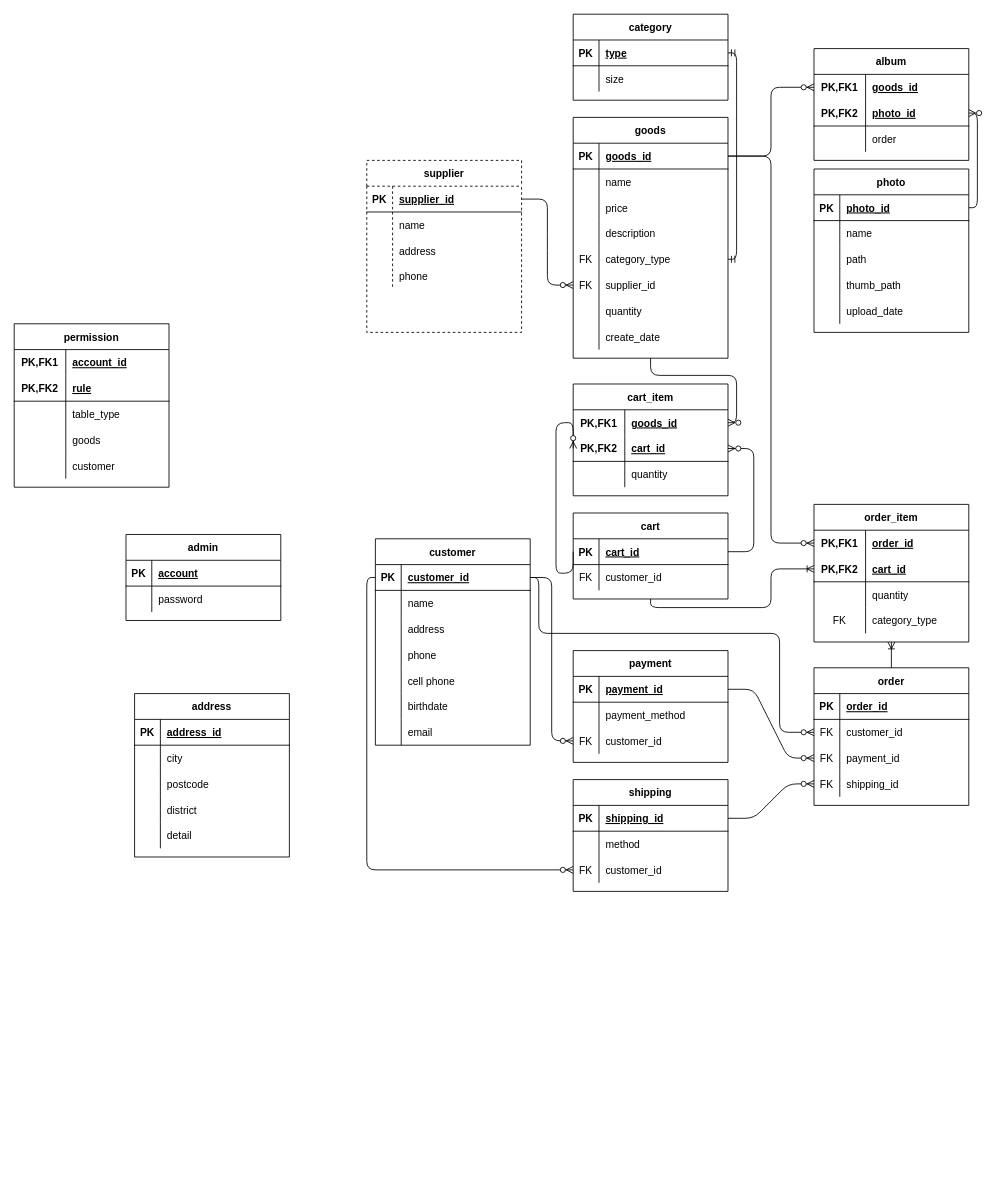
Before: ermodel.drawio in BoshiLee/ecommerce, a draw.io diagram. Source tidied: cells renumbered, new cells numbered last; positions are measured from the earlier drawing's top-left corner, leaving out a move shared by most shapes. Both pictures are drawn from the tidied source at 86%, with x=0, y=0 at pixel (14, 14).
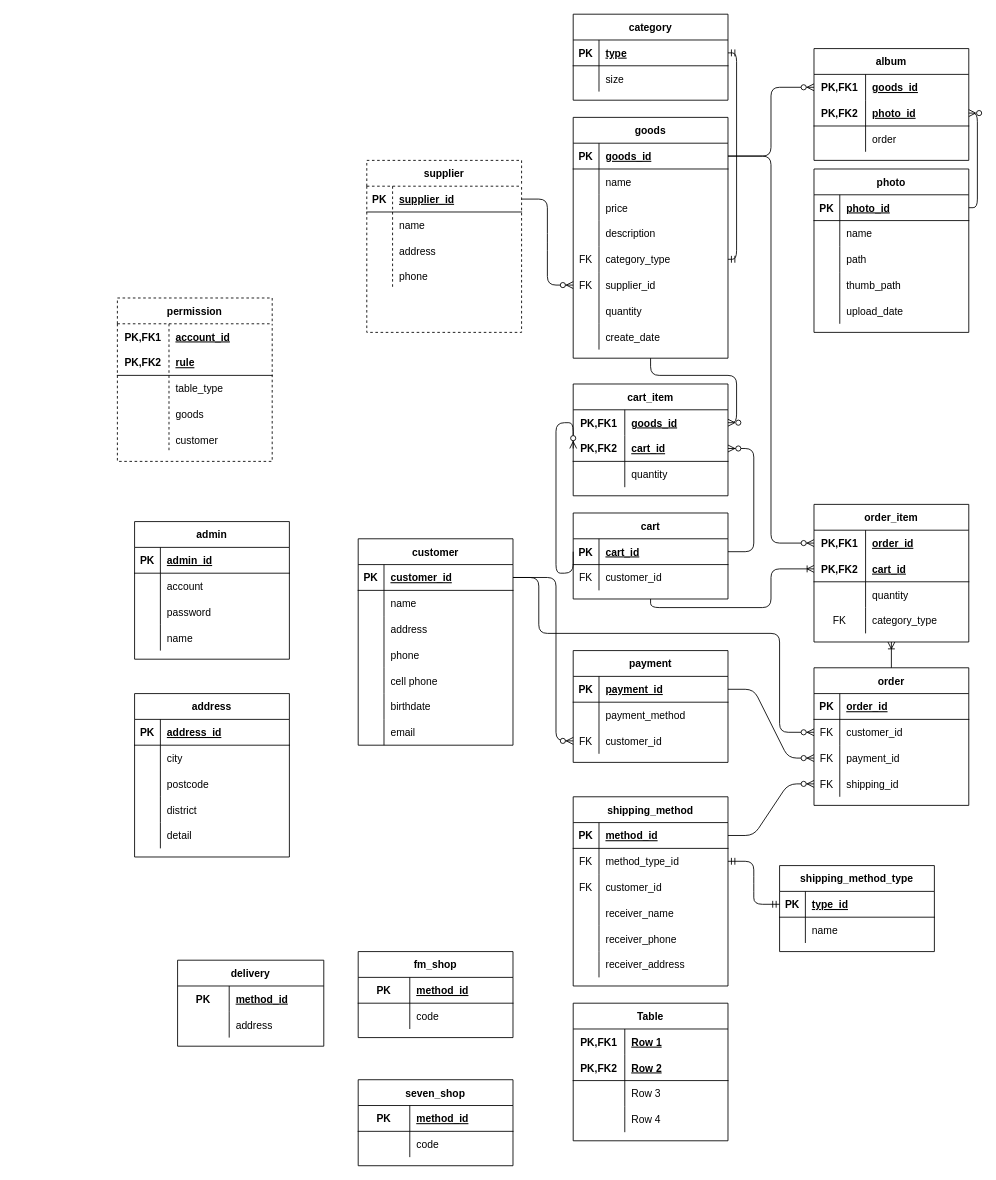
The same diagram, later.

The change refers to these unchanged cells:
```xml
<mxCell id="3" style="shape=partialRectangle;fillColor=none;top=0;left=0;bottom=1;right=0;points=[[0,0.5],[1,0.5]];portConstraint=eastwest;" parent="2" vertex="1">
  <mxGeometry y="30" width="180" height="30" as="geometry" />
</mxCell>
<mxCell id="31" style="shape=partialRectangle;fillColor=none;top=0;left=0;bottom=0;right=0;points=[[0,0.5],[1,0.5]];portConstraint=eastwest;" parent="24" vertex="1">
  <mxGeometry y="90" width="180" height="30" as="geometry" />
</mxCell>
<mxCell id="131" style="shape=partialRectangle;fillColor=none;top=0;left=0;bottom=1;right=0;points=[[0,0.5],[1,0.5]];portConstraint=eastwest;" parent="130" vertex="1">
  <mxGeometry y="30" width="180" height="30" as="geometry" />
</mxCell>
<mxCell id="206" style="shape=partialRectangle;fillColor=none;top=0;left=0;bottom=1;right=0;" parent="205" vertex="1">
  <mxGeometry y="30" width="180" height="30" as="geometry" />
</mxCell>
```

The edit, as a diff of the source:
```diff
@@
     <mxCell id="2" value="customer" style="shape=table;startSize=30;childLayout=tableLayout;rowLines=0;fontStyle=1;align=center;" parent="1" vertex="1">
-      <mxGeometry x="420" y="610" width="180" height="240" as="geometry" />
+      <mxGeometry x="400" y="610" width="180" height="240" as="geometry" />
     </mxCell>
@@
-    <mxCell id="130" value="shipping" style="shape=table;startSize=30;childLayout=tableLayout;rowLines=0;fontStyle=1;align=center;" parent="1" vertex="1">
-      <mxGeometry x="650" y="890" width="180" height="130" as="geometry" />
+    <mxCell id="130" value="shipping_method" style="shape=table;startSize=30;childLayout=tableLayout;rowLines=0;fontStyle=1;align=center;" parent="1" vertex="1">
+      <mxGeometry x="650" y="910" width="180" height="220" as="geometry" />
     </mxCell>
@@
-    <mxCell id="133" value="shipping_id" style="shape=partialRectangle;fillColor=none;top=0;left=0;bottom=0;right=0;align=left;spacingLeft=6;fontStyle=5;overflow=hidden;" parent="131" vertex="1">
+    <mxCell id="133" value="method_id" style="shape=partialRectangle;fillColor=none;top=0;left=0;bottom=0;right=0;align=left;spacingLeft=6;fontStyle=5;overflow=hidden;" parent="131" vertex="1">
       <mxGeometry x="30" width="150" height="30" as="geometry" />
     </mxCell>
-    <mxCell id="134" style="shape=partialRectangle;fillColor=none;top=0;left=0;bottom=0;right=0;" parent="130" vertex="1">
-      <mxGeometry y="60" width="180" height="30" as="geometry" />
-    </mxCell>
-    <mxCell id="135" style="shape=partialRectangle;fillColor=none;top=0;left=0;bottom=0;right=0;overflow=hidden;" parent="134" vertex="1">
-      <mxGeometry width="30" height="30" as="geometry" />
-    </mxCell>
-    <mxCell id="136" value="method" style="shape=partialRectangle;fillColor=none;top=0;left=0;bottom=0;right=0;align=left;spacingLeft=6;overflow=hidden;" parent="134" vertex="1">
-      <mxGeometry x="30" width="150" height="30" as="geometry" />
-    </mxCell>
-    <mxCell id="137" style="shape=partialRectangle;fillColor=none;top=0;left=0;bottom=0;right=0;points=[[0,0.5],[1,0.5]];portConstraint=eastwest;" parent="130" vertex="1">
-      <mxGeometry y="90" width="180" height="30" as="geometry" />
-    </mxCell>
+    <mxCell id="212" style="shape=partialRectangle;fillColor=none;top=0;left=0;bottom=0;right=0;points=[[0,0.5],[1,0.5]];portConstraint=eastwest;" parent="130" vertex="1">
+      <mxGeometry y="60" width="180" height="30" as="geometry" />
+    </mxCell>
-    <mxCell id="138" value="FK" style="shape=partialRectangle;fillColor=none;top=0;left=0;bottom=0;right=0;fontStyle=0;overflow=hidden;" parent="137" vertex="1">
+    <mxCell id="138" value="FK" style="shape=partialRectangle;fillColor=none;top=0;left=0;bottom=0;right=0;fontStyle=0;overflow=hidden;" parent="212" vertex="1">
       <mxGeometry width="30" height="30" as="geometry" />
     </mxCell>
+    <mxCell id="213" value="method_type_id" style="shape=partialRectangle;fillColor=none;top=0;left=0;bottom=0;right=0;align=left;spacingLeft=6;fontStyle=0;overflow=hidden;" parent="212" vertex="1">
+      <mxGeometry x="30" width="150" height="30" as="geometry" />
+    </mxCell>
+    <mxCell id="214" style="shape=partialRectangle;fillColor=none;top=0;left=0;bottom=0;right=0;" parent="130" vertex="1">
+      <mxGeometry y="90" width="180" height="30" as="geometry" />
+    </mxCell>
+    <mxCell id="215" value="FK" style="shape=partialRectangle;fillColor=none;top=0;left=0;bottom=0;right=0;overflow=hidden;" parent="214" vertex="1">
+      <mxGeometry width="30" height="30" as="geometry" />
+    </mxCell>
-    <mxCell id="139" value="customer_id" style="shape=partialRectangle;fillColor=none;top=0;left=0;bottom=0;right=0;align=left;spacingLeft=6;fontStyle=0;overflow=hidden;" parent="137" vertex="1">
+    <mxCell id="139" value="customer_id" style="shape=partialRectangle;fillColor=none;top=0;left=0;bottom=0;right=0;align=left;spacingLeft=6;overflow=hidden;" parent="214" vertex="1">
       <mxGeometry x="30" width="150" height="30" as="geometry" />
     </mxCell>
-    <mxCell id="140" style="fontSize=12;html=1;endArrow=ERzeroToMany;endFill=1;entryX=0;entryY=0.5;entryDx=0;entryDy=0;exitX=0;exitY=0.5;exitDx=0;exitDy=0;edgeStyle=orthogonalEdgeStyle;" parent="1" edge="1" source="3" target="137">
-      <mxGeometry relative="1" as="geometry" />
-    </mxCell>
+    <mxCell id="216" style="shape=partialRectangle;fillColor=none;top=0;left=0;bottom=0;right=0;" parent="130" vertex="1">
+      <mxGeometry y="120" width="180" height="30" as="geometry" />
+    </mxCell>
+    <mxCell id="217" style="shape=partialRectangle;fillColor=none;top=0;left=0;bottom=0;right=0;overflow=hidden;" parent="216" vertex="1">
+      <mxGeometry width="30" height="30" as="geometry" />
+    </mxCell>
+    <mxCell id="218" value="receiver_name" style="shape=partialRectangle;fillColor=none;top=0;left=0;bottom=0;right=0;align=left;spacingLeft=6;overflow=hidden;" parent="216" vertex="1">
+      <mxGeometry x="30" width="150" height="30" as="geometry" />
+    </mxCell>
+    <mxCell id="219" style="shape=partialRectangle;fillColor=none;top=0;left=0;bottom=0;right=0;" parent="130" vertex="1">
+      <mxGeometry y="150" width="180" height="30" as="geometry" />
+    </mxCell>
+    <mxCell id="220" style="shape=partialRectangle;fillColor=none;top=0;left=0;bottom=0;right=0;overflow=hidden;" parent="219" vertex="1">
+      <mxGeometry width="30" height="30" as="geometry" />
+    </mxCell>
+    <mxCell id="221" value="receiver_phone" style="shape=partialRectangle;fillColor=none;top=0;left=0;bottom=0;right=0;align=left;spacingLeft=6;overflow=hidden;" parent="219" vertex="1">
+      <mxGeometry x="30" width="150" height="30" as="geometry" />
+    </mxCell>
+    <mxCell id="222" style="shape=partialRectangle;fillColor=none;top=0;left=0;bottom=0;right=0;" parent="130" vertex="1">
+      <mxGeometry y="180" width="180" height="30" as="geometry" />
+    </mxCell>
+    <mxCell id="223" style="shape=partialRectangle;fillColor=none;top=0;left=0;bottom=0;right=0;overflow=hidden;" parent="222" vertex="1">
+      <mxGeometry width="30" height="30" as="geometry" />
+    </mxCell>
+    <mxCell id="224" value="receiver_address" style="shape=partialRectangle;fillColor=none;top=0;left=0;bottom=0;right=0;align=left;spacingLeft=6;overflow=hidden;" parent="222" vertex="1">
+      <mxGeometry x="30" width="150" height="30" as="geometry" />
+    </mxCell>
     <mxCell id="141" style="edgeStyle=orthogonalEdgeStyle;fontSize=12;html=1;endArrow=ERzeroToMany;endFill=1;exitX=1;exitY=0.5;exitDx=0;exitDy=0;entryX=0;entryY=0.5;entryDx=0;entryDy=0;" parent="1" edge="1" source="3" target="31">
-      <mxGeometry relative="1" as="geometry" />
+      <mxGeometry relative="1" as="geometry">
+        <Array as="points">
+          <mxPoint x="630" y="655" />
+          <mxPoint x="630" y="845" />
+        </Array>
+      </mxGeometry>
     </mxCell>
@@
-    <mxCell id="189" value="permission" style="shape=table;startSize=30;childLayout=tableLayout;rowLines=0;fontStyle=1;align=center;" parent="1" vertex="1">
-      <mxGeometry y="360" width="180" height="190" as="geometry" />
+    <mxCell id="189" value="permission" style="shape=table;startSize=30;childLayout=tableLayout;rowLines=0;fontStyle=1;align=center;dashed=1;" parent="1" vertex="1">
+      <mxGeometry x="120" y="330" width="180" height="190" as="geometry" />
     </mxCell>
@@
     <mxCell id="205" value="admin" style="shape=table;startSize=30;childLayout=tableLayout;rowLines=0;fontStyle=1;align=center;" parent="1" vertex="1">
-      <mxGeometry x="130" y="605" width="180" height="100" as="geometry" />
+      <mxGeometry x="140" y="590" width="180" height="160" as="geometry" />
     </mxCell>
@@
-    <mxCell id="208" value="account" style="shape=partialRectangle;fillColor=none;top=0;left=0;bottom=0;right=0;align=left;spacingLeft=6;fontStyle=5;overflow=hidden;" parent="206" vertex="1">
+    <mxCell id="208" value="admin_id" style="shape=partialRectangle;fillColor=none;top=0;left=0;bottom=0;right=0;align=left;spacingLeft=6;fontStyle=5;overflow=hidden;" parent="206" vertex="1">
       <mxGeometry x="30" width="150" height="30" as="geometry" />
     </mxCell>
+    <mxCell id="225" style="shape=partialRectangle;fillColor=none;top=0;left=0;bottom=0;right=0;" parent="205" vertex="1">
+      <mxGeometry y="60" width="180" height="30" as="geometry" />
+    </mxCell>
+    <mxCell id="226" style="shape=partialRectangle;fillColor=none;top=0;left=0;bottom=0;right=0;overflow=hidden;" parent="225" vertex="1">
+      <mxGeometry width="30" height="30" as="geometry" />
+    </mxCell>
+    <mxCell id="227" value="account" style="shape=partialRectangle;fillColor=none;top=0;left=0;bottom=0;right=0;align=left;spacingLeft=6;overflow=hidden;" parent="225" vertex="1">
+      <mxGeometry x="30" width="150" height="30" as="geometry" />
+    </mxCell>
     <mxCell id="209" style="shape=partialRectangle;fillColor=none;top=0;left=0;bottom=0;right=0;" parent="205" vertex="1">
-      <mxGeometry y="60" width="180" height="30" as="geometry" />
+      <mxGeometry y="90" width="180" height="30" as="geometry" />
     </mxCell>
@@
+    <mxCell id="228" style="shape=partialRectangle;fillColor=none;top=0;left=0;bottom=0;right=0;" parent="205" vertex="1">
+      <mxGeometry y="120" width="180" height="30" as="geometry" />
+    </mxCell>
+    <mxCell id="229" style="shape=partialRectangle;fillColor=none;top=0;left=0;bottom=0;right=0;overflow=hidden;" parent="228" vertex="1">
+      <mxGeometry width="30" height="30" as="geometry" />
+    </mxCell>
+    <mxCell id="230" value="name" style="shape=partialRectangle;fillColor=none;top=0;left=0;bottom=0;right=0;align=left;spacingLeft=6;overflow=hidden;" parent="228" vertex="1">
+      <mxGeometry x="30" width="150" height="30" as="geometry" />
+    </mxCell>
+    <mxCell id="231" value="delivery" style="shape=table;startSize=30;childLayout=tableLayout;rowLines=0;fontStyle=1;align=center;" parent="1" vertex="1">
+      <mxGeometry x="190" y="1100" width="170" height="100" as="geometry" />
+    </mxCell>
+    <mxCell id="232" style="shape=partialRectangle;fillColor=none;top=0;left=0;bottom=0;right=0;" parent="231" vertex="1">
+      <mxGeometry y="30" width="170" height="30" as="geometry" />
+    </mxCell>
+    <mxCell id="233" value="PK" style="shape=partialRectangle;fillColor=none;top=0;left=0;bottom=0;right=0;fontStyle=1;overflow=hidden;" parent="232" vertex="1">
+      <mxGeometry width="60" height="30" as="geometry" />
+    </mxCell>
+    <mxCell id="234" value="method_id" style="shape=partialRectangle;fillColor=none;top=0;left=0;bottom=0;right=0;align=left;spacingLeft=6;fontStyle=5;overflow=hidden;" parent="232" vertex="1">
+      <mxGeometry x="60" width="110" height="30" as="geometry" />
+    </mxCell>
+    <mxCell id="235" style="shape=partialRectangle;fillColor=none;top=0;left=0;bottom=0;right=0;" parent="231" vertex="1">
+      <mxGeometry y="60" width="170" height="30" as="geometry" />
+    </mxCell>
+    <mxCell id="236" style="shape=partialRectangle;fillColor=none;top=0;left=0;bottom=0;right=0;overflow=hidden;" parent="235" vertex="1">
+      <mxGeometry width="60" height="30" as="geometry" />
+    </mxCell>
+    <mxCell id="237" value="address" style="shape=partialRectangle;fillColor=none;top=0;left=0;bottom=0;right=0;align=left;spacingLeft=6;overflow=hidden;" parent="235" vertex="1">
+      <mxGeometry x="60" width="110" height="30" as="geometry" />
+    </mxCell>
+    <mxCell id="238" value="shipping_method_type" style="shape=table;startSize=30;childLayout=tableLayout;rowLines=0;fontStyle=1;align=center;" parent="1" vertex="1">
+      <mxGeometry x="890" y="990" width="180" height="100" as="geometry" />
+    </mxCell>
+    <mxCell id="239" style="shape=partialRectangle;fillColor=none;top=0;left=0;bottom=1;right=0;points=[[0,0.5],[1,0.5]];portConstraint=eastwest;" parent="238" vertex="1">
+      <mxGeometry y="30" width="180" height="30" as="geometry" />
+    </mxCell>
+    <mxCell id="240" value="PK" style="shape=partialRectangle;fillColor=none;top=0;left=0;bottom=0;right=0;fontStyle=1;overflow=hidden;" parent="239" vertex="1">
+      <mxGeometry width="30" height="30" as="geometry" />
+    </mxCell>
+    <mxCell id="241" value="type_id" style="shape=partialRectangle;fillColor=none;top=0;left=0;bottom=0;right=0;align=left;spacingLeft=6;fontStyle=5;overflow=hidden;" parent="239" vertex="1">
+      <mxGeometry x="30" width="150" height="30" as="geometry" />
+    </mxCell>
+    <mxCell id="242" style="shape=partialRectangle;fillColor=none;top=0;left=0;bottom=0;right=0;" parent="238" vertex="1">
+      <mxGeometry y="60" width="180" height="30" as="geometry" />
+    </mxCell>
+    <mxCell id="243" style="shape=partialRectangle;fillColor=none;top=0;left=0;bottom=0;right=0;overflow=hidden;" parent="242" vertex="1">
+      <mxGeometry width="30" height="30" as="geometry" />
+    </mxCell>
+    <mxCell id="244" value="name" style="shape=partialRectangle;fillColor=none;top=0;left=0;bottom=0;right=0;align=left;spacingLeft=6;overflow=hidden;" parent="242" vertex="1">
+      <mxGeometry x="30" width="150" height="30" as="geometry" />
+    </mxCell>
+    <mxCell id="245" style="edgeStyle=entityRelationEdgeStyle;fontSize=12;html=1;endArrow=ERmandOne;startArrow=ERmandOne;entryX=0;entryY=0.5;entryDx=0;entryDy=0;exitX=1;exitY=0.5;exitDx=0;exitDy=0;" parent="1" edge="1" source="212" target="239">
+      <mxGeometry relative="1" as="geometry" />
+    </mxCell>
+    <mxCell id="246" value="fm_shop" style="shape=table;startSize=30;childLayout=tableLayout;rowLines=0;fontStyle=1;align=center;" parent="1" vertex="1">
+      <mxGeometry x="400" y="1090" width="180" height="100" as="geometry" />
+    </mxCell>
+    <mxCell id="247" style="shape=partialRectangle;fillColor=none;top=0;left=0;bottom=1;right=0;" parent="246" vertex="1">
+      <mxGeometry y="30" width="180" height="30" as="geometry" />
+    </mxCell>
+    <mxCell id="248" value="PK" style="shape=partialRectangle;fillColor=none;top=0;left=0;bottom=0;right=0;fontStyle=1;overflow=hidden;" parent="247" vertex="1">
+      <mxGeometry width="60" height="30" as="geometry" />
+    </mxCell>
+    <mxCell id="249" value="method_id" style="shape=partialRectangle;fillColor=none;top=0;left=0;bottom=0;right=0;align=left;spacingLeft=6;fontStyle=5;overflow=hidden;" parent="247" vertex="1">
+      <mxGeometry x="60" width="120" height="30" as="geometry" />
+    </mxCell>
+    <mxCell id="250" style="shape=partialRectangle;fillColor=none;top=0;left=0;bottom=0;right=0;" parent="246" vertex="1">
+      <mxGeometry y="60" width="180" height="30" as="geometry" />
+    </mxCell>
+    <mxCell id="251" style="shape=partialRectangle;fillColor=none;top=0;left=0;bottom=0;right=0;overflow=hidden;" parent="250" vertex="1">
+      <mxGeometry width="60" height="30" as="geometry" />
+    </mxCell>
+    <mxCell id="252" value="code" style="shape=partialRectangle;fillColor=none;top=0;left=0;bottom=0;right=0;align=left;spacingLeft=6;overflow=hidden;" parent="250" vertex="1">
+      <mxGeometry x="60" width="120" height="30" as="geometry" />
+    </mxCell>
+    <mxCell id="253" value="Table" style="shape=table;startSize=30;childLayout=tableLayout;rowLines=0;fontStyle=1;align=center;" parent="1" vertex="1">
+      <mxGeometry x="650" y="1150" width="180" height="160" as="geometry" />
+    </mxCell>
+    <mxCell id="254" style="shape=partialRectangle;fillColor=none;top=0;left=0;bottom=0;right=0;" parent="253" vertex="1">
+      <mxGeometry y="30" width="180" height="30" as="geometry" />
+    </mxCell>
+    <mxCell id="255" value="PK,FK1" style="shape=partialRectangle;fillColor=none;top=0;left=0;bottom=0;right=0;fontStyle=1;overflow=hidden;" parent="254" vertex="1">
+      <mxGeometry width="60" height="30" as="geometry" />
+    </mxCell>
+    <mxCell id="256" value="Row 1" style="shape=partialRectangle;fillColor=none;top=0;left=0;bottom=0;right=0;align=left;spacingLeft=6;fontStyle=5;overflow=hidden;" parent="254" vertex="1">
+      <mxGeometry x="60" width="120" height="30" as="geometry" />
+    </mxCell>
+    <mxCell id="257" style="shape=partialRectangle;fillColor=none;top=0;left=0;bottom=1;right=0;" parent="253" vertex="1">
+      <mxGeometry y="60" width="180" height="30" as="geometry" />
+    </mxCell>
+    <mxCell id="258" value="PK,FK2" style="shape=partialRectangle;fillColor=none;top=0;left=0;bottom=0;right=0;fontStyle=1;overflow=hidden;" parent="257" vertex="1">
+      <mxGeometry width="60" height="30" as="geometry" />
+    </mxCell>
+    <mxCell id="259" value="Row 2" style="shape=partialRectangle;fillColor=none;top=0;left=0;bottom=0;right=0;align=left;spacingLeft=6;fontStyle=5;overflow=hidden;" parent="257" vertex="1">
+      <mxGeometry x="60" width="120" height="30" as="geometry" />
+    </mxCell>
+    <mxCell id="260" style="shape=partialRectangle;fillColor=none;top=0;left=0;bottom=0;right=0;" parent="253" vertex="1">
+      <mxGeometry y="90" width="180" height="30" as="geometry" />
+    </mxCell>
+    <mxCell id="261" style="shape=partialRectangle;fillColor=none;top=0;left=0;bottom=0;right=0;overflow=hidden;" parent="260" vertex="1">
+      <mxGeometry width="60" height="30" as="geometry" />
+    </mxCell>
+    <mxCell id="262" value="Row 3" style="shape=partialRectangle;fillColor=none;top=0;left=0;bottom=0;right=0;align=left;spacingLeft=6;overflow=hidden;" parent="260" vertex="1">
+      <mxGeometry x="60" width="120" height="30" as="geometry" />
+    </mxCell>
+    <mxCell id="263" style="shape=partialRectangle;fillColor=none;top=0;left=0;bottom=0;right=0;" parent="253" vertex="1">
+      <mxGeometry y="120" width="180" height="30" as="geometry" />
+    </mxCell>
+    <mxCell id="264" style="shape=partialRectangle;fillColor=none;top=0;left=0;bottom=0;right=0;overflow=hidden;" parent="263" vertex="1">
+      <mxGeometry width="60" height="30" as="geometry" />
+    </mxCell>
+    <mxCell id="265" value="Row 4" style="shape=partialRectangle;fillColor=none;top=0;left=0;bottom=0;right=0;align=left;spacingLeft=6;overflow=hidden;" parent="263" vertex="1">
+      <mxGeometry x="60" width="120" height="30" as="geometry" />
+    </mxCell>
+    <mxCell id="266" value="seven_shop" style="shape=table;startSize=30;childLayout=tableLayout;rowLines=0;fontStyle=1;align=center;" parent="1" vertex="1">
+      <mxGeometry x="400" y="1239" width="180" height="100" as="geometry" />
+    </mxCell>
+    <mxCell id="267" style="shape=partialRectangle;fillColor=none;top=0;left=0;bottom=1;right=0;" parent="266" vertex="1">
+      <mxGeometry y="30" width="180" height="30" as="geometry" />
+    </mxCell>
+    <mxCell id="268" value="PK" style="shape=partialRectangle;fillColor=none;top=0;left=0;bottom=0;right=0;fontStyle=1;overflow=hidden;" parent="267" vertex="1">
+      <mxGeometry width="60" height="30" as="geometry" />
+    </mxCell>
+    <mxCell id="269" value="method_id" style="shape=partialRectangle;fillColor=none;top=0;left=0;bottom=0;right=0;align=left;spacingLeft=6;fontStyle=5;overflow=hidden;" parent="267" vertex="1">
+      <mxGeometry x="60" width="120" height="30" as="geometry" />
+    </mxCell>
+    <mxCell id="270" style="shape=partialRectangle;fillColor=none;top=0;left=0;bottom=0;right=0;" parent="266" vertex="1">
+      <mxGeometry y="60" width="180" height="30" as="geometry" />
+    </mxCell>
+    <mxCell id="271" style="shape=partialRectangle;fillColor=none;top=0;left=0;bottom=0;right=0;overflow=hidden;" parent="270" vertex="1">
+      <mxGeometry width="60" height="30" as="geometry" />
+    </mxCell>
+    <mxCell id="272" value="code" style="shape=partialRectangle;fillColor=none;top=0;left=0;bottom=0;right=0;align=left;spacingLeft=6;overflow=hidden;" parent="270" vertex="1">
+      <mxGeometry x="60" width="120" height="30" as="geometry" />
+    </mxCell>
```
